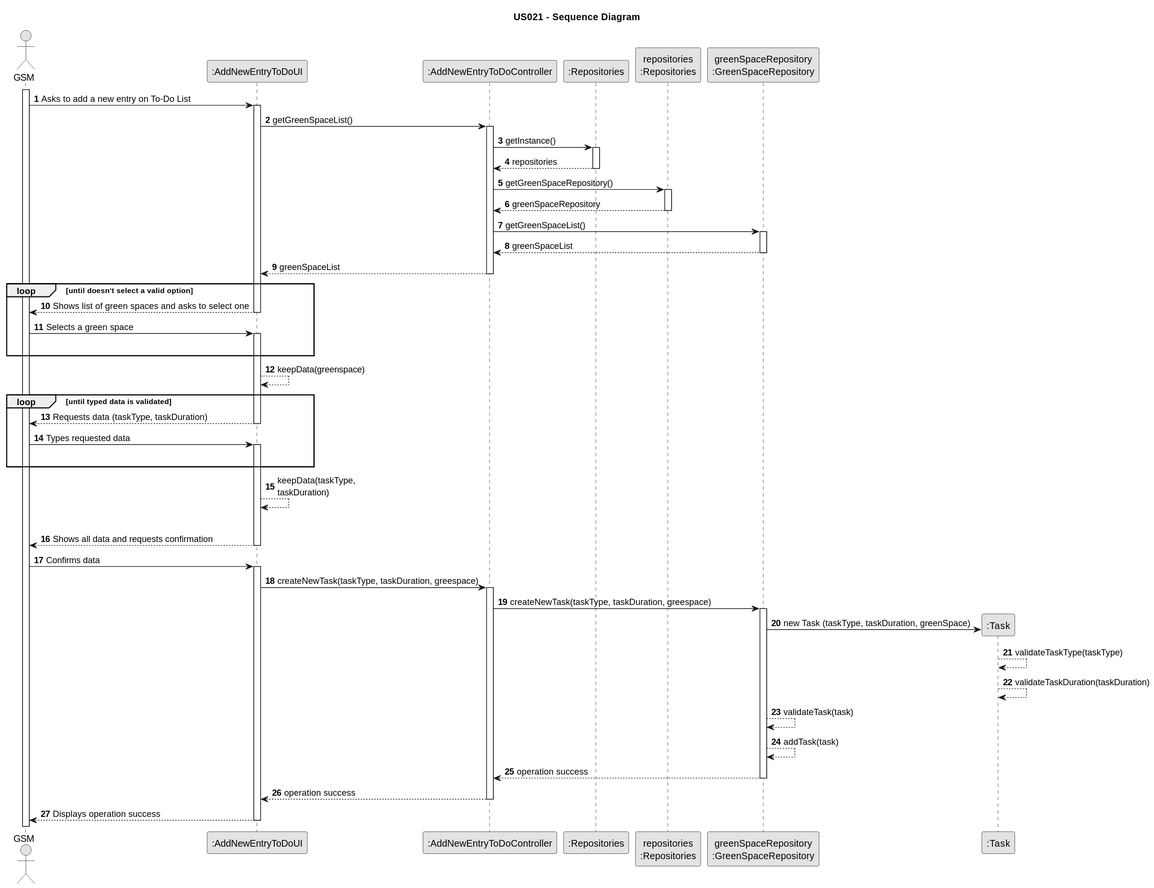
Earlier version of the PlantUML export docs/SprintC/us021/03.design/svg/us021-sequence-diagram.svg (Rui-San/LAPR2_2023_2024). Its diagram source:
```plantuml
@startuml
skinparam monochrome true
skinparam packageStyle rectangle
skinparam shadowing false

title US021 - Sequence Diagram

autonumber

actor "GSM" as GSM
participant ":AddNewEntryToDoUI" as UI
participant ":AddNewEntryToDoController" as CTRL
participant ":Repositories" as REPO
participant "repositories\n:Repositories" as REPOInstance
participant "greenSpaceRepository\n:GreenSpaceRepository" as GreenSpaceREPO
participant ":Task" as Task

activate GSM

    GSM -> UI : Asks to add a new entry on To-Do List
    activate UI

    UI -> CTRL : getGreenSpaceList()
    activate CTRL

        CTRL -> REPO : getInstance()
        activate REPO

            REPO --> CTRL : repositories
        deactivate REPO
        CTRL -> REPOInstance: getGreenSpaceRepository()

        activate REPOInstance

            REPOInstance --> CTRL : greenSpaceRepository
        deactivate REPOInstance

        CTRL -> GreenSpaceREPO : getGreenSpaceList()
        activate GreenSpaceREPO
        GreenSpaceREPO --> CTRL : greenSpaceList
        deactivate GreenSpaceREPO








CTRL --> UI : greenSpaceList
    deactivate CTRL


    loop until doesn't select a valid option
                    UI --> GSM : Shows list of green spaces and asks to select one
                deactivate UI

                GSM -> UI : Selects a green space

                activate UI
                |||
                end

            UI --> UI : keepData(greenspace)


    loop until typed data is validated

        UI --> GSM : Requests data (taskType, taskDuration)
    deactivate UI

    GSM -> UI : Types requested data

    activate UI
    |||

    end

        UI --> UI : keepData(taskType,\ntaskDuration)
        |||


                UI --> GSM : Shows all data and requests confirmation
deactivate UI
    GSM -> UI : Confirms data

    activate UI

    UI -> CTRL : createNewTask(taskType, taskDuration, greespace)
    activate CTRL

        CTRL -> GreenSpaceREPO : createNewTask(taskType, taskDuration, greespace)

        activate GreenSpaceREPO

            GreenSpaceREPO -> Task** : new Task (taskType, taskDuration, greenSpace)

            Task --> Task : validateTaskType(taskType)

            Task --> Task : validateTaskDuration(taskDuration)

            GreenSpaceREPO --> GreenSpaceREPO : validateTask(task)

            GreenSpaceREPO --> GreenSpaceREPO : addTask(task)

            GreenSpaceREPO --> CTRL : operation success
            deactivate GreenSpaceREPO
            CTRL --> UI : operation success
            deactivate CTRL
        UI --> GSM : Displays operation success
    deactivate UI
@enduml
```
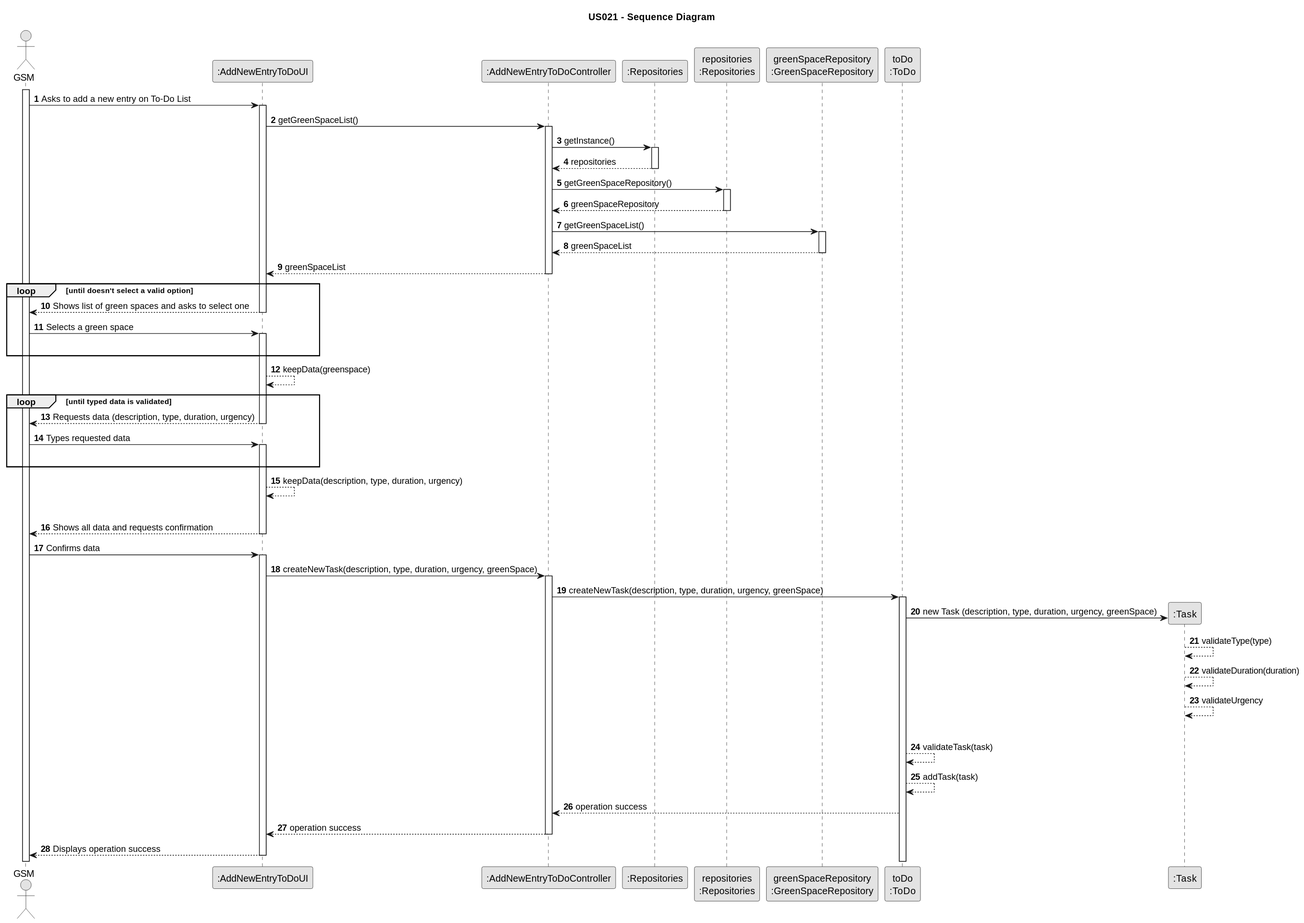
The same diagram one commit later.

Commit message:
US21: removed task type and added new validation on task class (+ svg) and updated req. eng. readme.md & SSD

Diff of the diagram source:
```diff
@@ -13,6 +13,7 @@
 participant ":Repositories" as REPO
 participant "repositories\n:Repositories" as REPOInstance
 participant "greenSpaceRepository\n:GreenSpaceRepository" as GreenSpaceREPO
+participant "toDo\n:ToDo" as Todo
 participant ":Task" as Task
 
 activate GSM
@@ -66,7 +67,7 @@
 
     loop until typed data is validated
 
-        UI --> GSM : Requests data (taskType, taskDuration)
+        UI --> GSM : Requests data (description, type, duration, urgency)
     deactivate UI
 
     GSM -> UI : Types requested data
@@ -76,7 +77,7 @@
 
     end
 
-        UI --> UI : keepData(taskType,\ntaskDuration)
+        UI --> UI : keepData(description, type, duration, urgency)
         |||
 
 
@@ -86,24 +87,28 @@
 
     activate UI
 
-    UI -> CTRL : createNewTask(taskType, taskDuration, greespace)
+    UI -> CTRL : createNewTask(description, type, duration, urgency, greenSpace)
     activate CTRL
 
-        CTRL -> GreenSpaceREPO : createNewTask(taskType, taskDuration, greespace)
+        CTRL -> Todo : createNewTask(description, type, duration, urgency, greenSpace)
 
-        activate GreenSpaceREPO
+        activate Todo
 
-            GreenSpaceREPO -> Task** : new Task (taskType, taskDuration, greenSpace)
+            Todo -> Task** : new Task (description, type, duration, urgency, greenSpace)
 
-            Task --> Task : validateTaskType(taskType)
+            Task --> Task : validateType(type)
 
-            Task --> Task : validateTaskDuration(taskDuration)
+            Task --> Task : validateDuration(duration)
 
-            GreenSpaceREPO --> GreenSpaceREPO : validateTask(task)
+            Task --> Task : validateUrgency
 
-            GreenSpaceREPO --> GreenSpaceREPO : addTask(task)
+           |||
 
-            GreenSpaceREPO --> CTRL : operation success
+            Todo --> Todo : validateTask(task)
+
+            Todo --> Todo : addTask(task)
+
+            Todo --> CTRL : operation success
             deactivate GreenSpaceREPO
             CTRL --> UI : operation success
             deactivate CTRL
```
